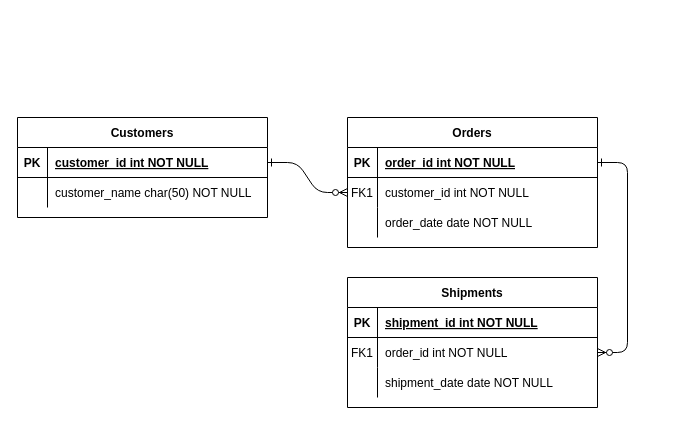
This is Diagram bez tytułu.drawio from Senegalion/Database-in-the-form-of-a-diagram, a draw.io file, before an edit. Source tidied: cells renumbered, new cells numbered last; positions are measured from the earlier drawing's top-left corner, leaving out a move shared by most shapes. Both pictures are drawn from the tidied source at 100%, with x=0, y=0 at pixel (17, 117).
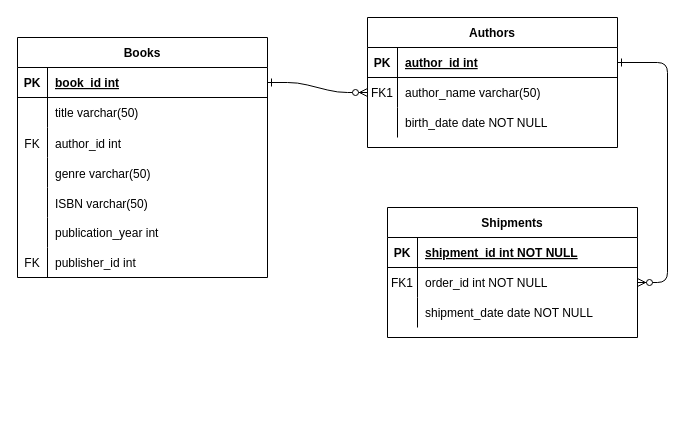
After the change.

Unchanged cells that the change refers to:
```xml
<mxCell id="5" style="shape=partialRectangle;fillColor=none;points=[[0,0.5],[1,0.5]];portConstraint=eastwest;top=0;left=0;right=0;bottom=1;" parent="4" vertex="1">
  <mxGeometry y="30" width="250" height="30" as="geometry" />
</mxCell>
<mxCell id="8" style="shape=partialRectangle;fillColor=none;points=[[0,0.5],[1,0.5]];portConstraint=eastwest;top=0;left=0;right=0;bottom=0;" parent="4" vertex="1">
  <mxGeometry y="60" width="250" height="30" as="geometry" />
</mxCell>
<mxCell id="11" style="shape=partialRectangle;fillColor=none;top=0;left=0;right=0;bottom=0;" parent="4" vertex="1">
  <mxGeometry y="90" width="250" height="30" as="geometry" />
</mxCell>
<mxCell id="25" style="shape=partialRectangle;fillColor=none;points=[[0,0.5],[1,0.5]];portConstraint=eastwest;top=0;left=0;right=0;bottom=1;" parent="24" vertex="1">
  <mxGeometry y="30" width="250" height="30" as="geometry" />
</mxCell>
<mxCell id="28" style="shape=partialRectangle;fillColor=none;top=0;left=0;right=0;bottom=0;" parent="24" vertex="1">
  <mxGeometry y="60" width="250" height="30" as="geometry" />
</mxCell>
```

Diff of the diagram source:
```diff
@@
-    <mxCell id="4" value="Orders" style="shape=table;startSize=30;childLayout=tableLayout;rowLines=0;fontStyle=1;align=center;" parent="1" vertex="1">
-      <mxGeometry x="330" width="250" height="130" as="geometry" />
+    <mxCell id="4" value="Authors" style="shape=table;startSize=30;childLayout=tableLayout;rowLines=0;fontStyle=1;align=center;" parent="1" vertex="1">
+      <mxGeometry x="350" y="-100" width="250" height="130" as="geometry" />
     </mxCell>
@@
-    <mxCell id="7" value="order_id int NOT NULL " style="shape=partialRectangle;overflow=hidden;fillColor=none;top=0;left=0;bottom=0;right=0;align=left;spacingLeft=6;fontStyle=5;" parent="5" vertex="1">
+    <mxCell id="7" value="author_id int" style="shape=partialRectangle;overflow=hidden;fillColor=none;top=0;left=0;bottom=0;right=0;align=left;spacingLeft=6;fontStyle=5;" parent="5" vertex="1">
       <mxGeometry x="30" width="220" height="30" as="geometry" />
     </mxCell>
@@
-    <mxCell id="10" value="customer_id int NOT NULL" style="shape=partialRectangle;overflow=hidden;fillColor=none;top=0;left=0;bottom=0;right=0;align=left;spacingLeft=6;" parent="8" vertex="1">
+    <mxCell id="10" value="author_name varchar(50)" style="shape=partialRectangle;overflow=hidden;fillColor=none;top=0;left=0;bottom=0;right=0;align=left;spacingLeft=6;" parent="8" vertex="1">
       <mxGeometry x="30" width="220" height="30" as="geometry" />
     </mxCell>
@@
-    <mxCell id="13" value="order_date date NOT NULL" style="shape=partialRectangle;overflow=hidden;fillColor=none;top=0;left=0;bottom=0;right=0;align=left;spacingLeft=6;" parent="11" vertex="1">
+    <mxCell id="13" value="birth_date date NOT NULL" style="shape=partialRectangle;overflow=hidden;fillColor=none;top=0;left=0;bottom=0;right=0;align=left;spacingLeft=6;" parent="11" vertex="1">
       <mxGeometry x="30" width="220" height="30" as="geometry" />
     </mxCell>
     <mxCell id="14" value="Shipments" style="shape=table;startSize=30;childLayout=tableLayout;rowLines=0;fontStyle=1;align=center;" parent="1" vertex="1">
-      <mxGeometry x="330" y="160" width="250" height="130" as="geometry" />
+      <mxGeometry x="370" y="90" width="250" height="130" as="geometry" />
     </mxCell>
@@
-    <mxCell id="24" value="Customers" style="shape=table;startSize=30;childLayout=tableLayout;rowLines=0;fontStyle=1;align=center;" parent="1" vertex="1">
-      <mxGeometry width="250" height="100" as="geometry" />
+    <mxCell id="24" value="Books" style="shape=table;startSize=30;childLayout=tableLayout;rowLines=0;fontStyle=1;align=center;" parent="1" vertex="1">
+      <mxGeometry y="-80" width="250" height="240" as="geometry" />
     </mxCell>
@@
-    <mxCell id="26" value="PK" style="shape=partialRectangle;overflow=hidden;fillColor=none;top=0;left=0;bottom=0;right=0;fontStyle=1;" parent="25" vertex="1">
+    <mxCell id="26" value="PK" style="shape=partialRectangle;overflow=hidden;fillColor=none;top=0;left=0;bottom=0;right=0;fontStyle=1;fontSize=12;" parent="25" vertex="1">
       <mxGeometry width="30" height="30" as="geometry" />
     </mxCell>
-    <mxCell id="27" value="customer_id int NOT NULL " style="shape=partialRectangle;overflow=hidden;fillColor=none;top=0;left=0;bottom=0;right=0;align=left;spacingLeft=6;fontStyle=5;" parent="25" vertex="1">
+    <mxCell id="27" value="book_id int" style="shape=partialRectangle;overflow=hidden;fillColor=none;top=0;left=0;bottom=0;right=0;align=left;spacingLeft=6;fontStyle=5;fontSize=12;" parent="25" vertex="1">
       <mxGeometry x="30" width="220" height="30" as="geometry" />
     </mxCell>
@@
-    <mxCell id="30" value="customer_name char(50) NOT NULL" style="shape=partialRectangle;overflow=hidden;fillColor=none;top=0;left=0;bottom=0;right=0;align=left;spacingLeft=6;" parent="28" vertex="1">
+    <mxCell id="30" value="title varchar(50)" style="shape=partialRectangle;overflow=hidden;fillColor=none;top=0;left=0;bottom=0;right=0;align=left;spacingLeft=6;fontSize=12;" parent="28" vertex="1">
       <mxGeometry x="30" width="220" height="30" as="geometry" />
     </mxCell>
+    <mxCell id="31" style="shape=tableRow;horizontal=0;startSize=0;swimlaneHead=0;swimlaneBody=0;top=0;left=0;bottom=0;right=0;fillColor=none;strokeColor=inherit;fontSize=16;" parent="24" vertex="1">
+      <mxGeometry y="90" width="250" height="30" as="geometry" />
+    </mxCell>
+    <mxCell id="32" value="&lt;font style=&quot;font-size: 12px;&quot;&gt;FK&lt;/font&gt;" style="shape=partialRectangle;html=1;whiteSpace=wrap;fillColor=none;top=0;left=0;bottom=0;right=0;overflow=hidden;strokeColor=inherit;fontSize=16;" parent="31" vertex="1">
+      <mxGeometry width="30" height="30" as="geometry" />
+    </mxCell>
+    <mxCell id="33" value="&lt;font style=&quot;font-size: 12px;&quot;&gt;author_id int&lt;/font&gt;" style="shape=partialRectangle;html=1;whiteSpace=wrap;fillColor=none;top=0;left=0;bottom=0;right=0;align=left;spacingLeft=6;overflow=hidden;strokeColor=inherit;fontSize=16;" parent="31" vertex="1">
+      <mxGeometry x="30" width="220" height="30" as="geometry" />
+    </mxCell>
+    <mxCell id="34" style="shape=tableRow;horizontal=0;startSize=0;swimlaneHead=0;swimlaneBody=0;top=0;left=0;bottom=0;right=0;fillColor=none;strokeColor=inherit;fontSize=16;" parent="24" vertex="1">
+      <mxGeometry y="120" width="250" height="30" as="geometry" />
+    </mxCell>
+    <mxCell id="35" style="shape=partialRectangle;html=1;whiteSpace=wrap;fillColor=none;top=0;left=0;bottom=0;right=0;overflow=hidden;strokeColor=inherit;fontSize=16;" parent="34" vertex="1">
+      <mxGeometry width="30" height="30" as="geometry" />
+    </mxCell>
+    <mxCell id="36" value="&lt;font style=&quot;font-size: 12px;&quot;&gt;genre varchar(50)&lt;/font&gt;" style="shape=partialRectangle;html=1;whiteSpace=wrap;fillColor=none;top=0;left=0;bottom=0;right=0;align=left;spacingLeft=6;overflow=hidden;strokeColor=inherit;fontSize=16;" parent="34" vertex="1">
+      <mxGeometry x="30" width="220" height="30" as="geometry" />
+    </mxCell>
+    <mxCell id="37" style="shape=tableRow;horizontal=0;startSize=0;swimlaneHead=0;swimlaneBody=0;top=0;left=0;bottom=0;right=0;fillColor=none;strokeColor=inherit;fontSize=16;" parent="24" vertex="1">
+      <mxGeometry y="150" width="250" height="30" as="geometry" />
+    </mxCell>
+    <mxCell id="38" style="shape=partialRectangle;html=1;whiteSpace=wrap;fillColor=none;top=0;left=0;bottom=0;right=0;overflow=hidden;strokeColor=inherit;fontSize=16;" parent="37" vertex="1">
+      <mxGeometry width="30" height="30" as="geometry" />
+    </mxCell>
+    <mxCell id="39" value="&lt;font style=&quot;font-size: 12px;&quot;&gt;ISBN varchar(50)&lt;/font&gt;" style="shape=partialRectangle;html=1;whiteSpace=wrap;fillColor=none;top=0;left=0;bottom=0;right=0;align=left;spacingLeft=6;overflow=hidden;strokeColor=inherit;fontSize=16;" parent="37" vertex="1">
+      <mxGeometry x="30" width="220" height="30" as="geometry" />
+    </mxCell>
+    <mxCell id="40" style="shape=tableRow;horizontal=0;startSize=0;swimlaneHead=0;swimlaneBody=0;fillColor=none;top=0;left=0;right=0;bottom=0;" parent="24" vertex="1">
+      <mxGeometry y="180" width="250" height="30" as="geometry" />
+    </mxCell>
+    <mxCell id="41" style="shape=partialRectangle;fillColor=none;top=0;left=0;bottom=0;right=0;overflow=hidden;" parent="40" vertex="1">
+      <mxGeometry width="30" height="30" as="geometry" />
+    </mxCell>
+    <mxCell id="42" value="publication_year int" style="shape=partialRectangle;fillColor=none;top=0;left=0;bottom=0;right=0;align=left;spacingLeft=6;overflow=hidden;fontSize=12;" parent="40" vertex="1">
+      <mxGeometry x="30" width="220" height="30" as="geometry" />
+    </mxCell>
+    <mxCell id="43" style="shape=tableRow;horizontal=0;startSize=0;swimlaneHead=0;swimlaneBody=0;fillColor=none;top=0;left=0;right=0;bottom=0;" parent="24" vertex="1">
+      <mxGeometry y="210" width="250" height="30" as="geometry" />
+    </mxCell>
+    <mxCell id="44" value="FK" style="shape=partialRectangle;fillColor=none;top=0;left=0;bottom=0;right=0;overflow=hidden;" parent="43" vertex="1">
+      <mxGeometry width="30" height="30" as="geometry" />
+    </mxCell>
+    <mxCell id="45" value="publisher_id int" style="shape=partialRectangle;fillColor=none;top=0;left=0;bottom=0;right=0;align=left;spacingLeft=6;overflow=hidden;" parent="43" vertex="1">
+      <mxGeometry x="30" width="220" height="30" as="geometry" />
+    </mxCell>
```
